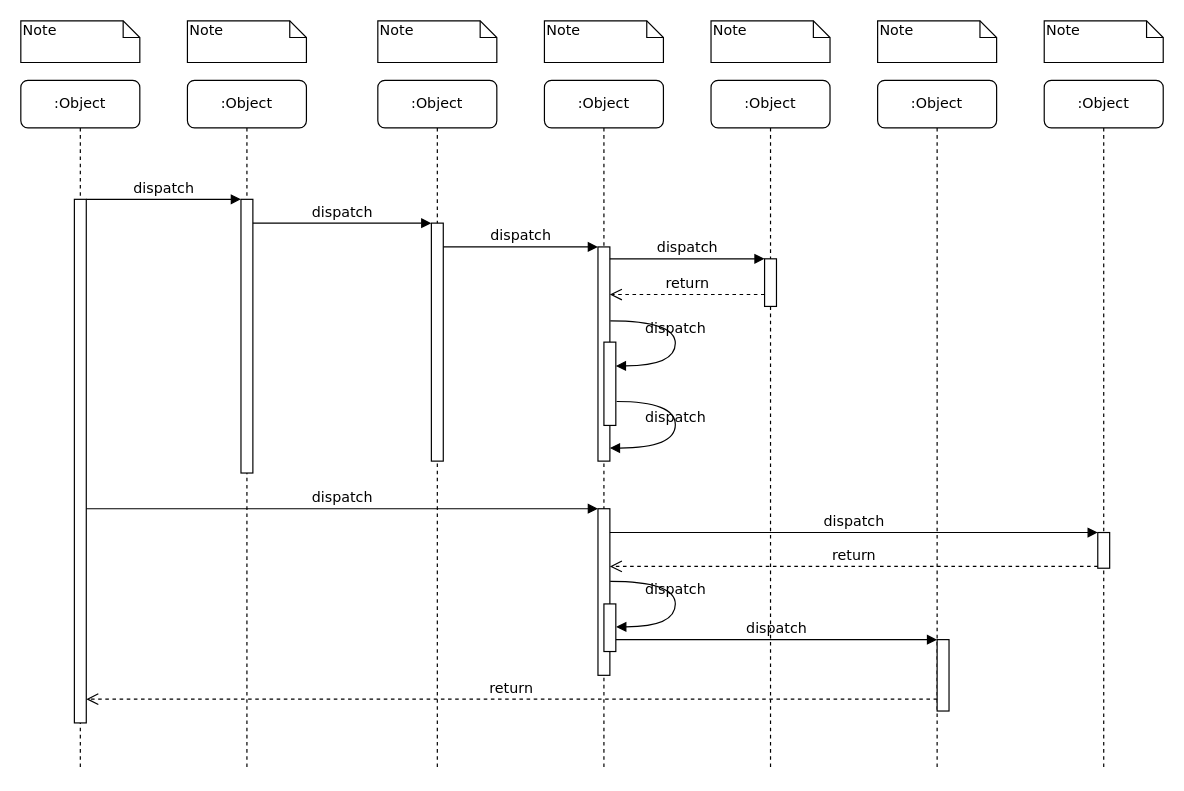
feihu618/drawio keeps this draw.io diagram as craft/Simple_flow_site.drawio. Above is the earlier version. Source tidied: cells renumbered, new cells numbered last; positions are measured from the earlier drawing's top-left corner, leaving out a move shared by most shapes. Both pictures are drawn from the tidied source at 119%, with x=0, y=0 at pixel (20, 20).
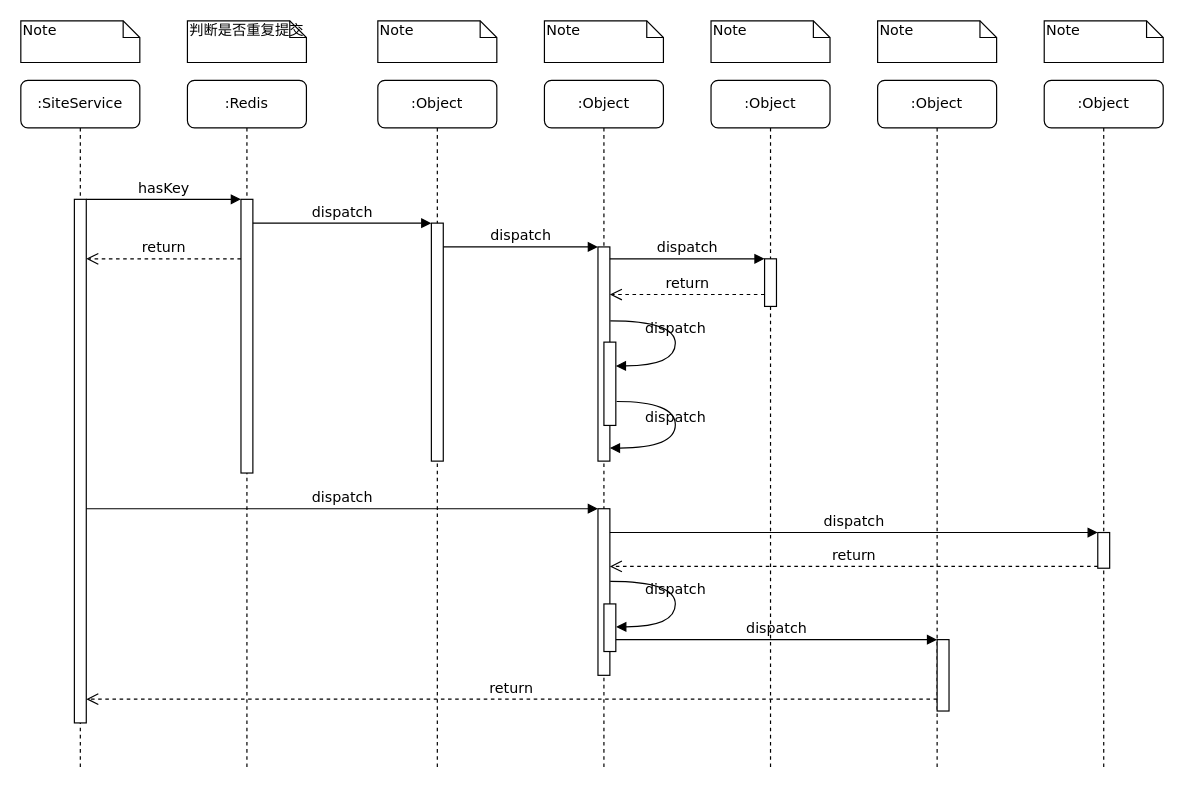
After the change.

The change refers to these unchanged cells:
```xml
<mxCell id="3" style="html=1;points=[];perimeter=orthogonalPerimeter;rounded=0;shadow=0;comic=0;labelBackgroundColor=none;strokeWidth=1;fontFamily=Verdana;fontSize=12;align=center;" parent="2" vertex="1">
  <mxGeometry x="45" y="100" width="10" height="230" as="geometry" />
</mxCell>
<mxCell id="11" style="html=1;points=[];perimeter=orthogonalPerimeter;rounded=0;shadow=0;comic=0;labelBackgroundColor=none;strokeWidth=1;fontFamily=Verdana;fontSize=12;align=center;" parent="10" vertex="1">
  <mxGeometry x="45" y="100" width="10" height="440" as="geometry" />
</mxCell>
```

Diff of the diagram source:
```diff
@@
-    <mxCell id="2" value=":Object" style="shape=umlLifeline;perimeter=lifelinePerimeter;whiteSpace=wrap;html=1;rounded=1;shadow=0;comic=0;labelBackgroundColor=none;strokeWidth=1;fontFamily=Verdana;fontSize=12;align=center;" parent="1" vertex="1">
+    <mxCell id="2" value=":Redis" style="shape=umlLifeline;perimeter=lifelinePerimeter;whiteSpace=wrap;html=1;rounded=1;shadow=0;comic=0;labelBackgroundColor=none;strokeWidth=1;fontFamily=Verdana;fontSize=12;align=center;" parent="1" vertex="1">
       <mxGeometry x="140" y="50" width="100" height="580" as="geometry" />
     </mxCell>
@@
+    <mxCell id="39" value="return" style="html=1;verticalAlign=bottom;endArrow=open;dashed=1;endSize=8;labelBackgroundColor=none;fontFamily=Verdana;fontSize=12;edgeStyle=elbowEdgeStyle;elbow=vertical;" parent="2" edge="1">
+      <mxGeometry relative="1" as="geometry">
+        <mxPoint x="45" y="150" as="sourcePoint" />
+        <mxPoint x="-85" y="150" as="targetPoint" />
+        <Array as="points">
+          <mxPoint x="-10" y="150" />
+          <mxPoint x="20" y="150" />
+        </Array>
+      </mxGeometry>
+    </mxCell>
@@
-    <mxCell id="10" value=":Object" style="shape=umlLifeline;perimeter=lifelinePerimeter;whiteSpace=wrap;html=1;rounded=1;shadow=0;comic=0;labelBackgroundColor=none;strokeWidth=1;fontFamily=Verdana;fontSize=12;align=center;" parent="1" vertex="1">
+    <mxCell id="10" value=":SiteService" style="shape=umlLifeline;perimeter=lifelinePerimeter;whiteSpace=wrap;html=1;rounded=1;shadow=0;comic=0;labelBackgroundColor=none;strokeWidth=1;fontFamily=Verdana;fontSize=12;align=center;" parent="1" vertex="1">
       <mxGeometry y="50" width="100" height="580" as="geometry" />
     </mxCell>
@@
-    <mxCell id="25" value="dispatch" style="html=1;verticalAlign=bottom;endArrow=block;entryX=0;entryY=0;labelBackgroundColor=none;fontFamily=Verdana;fontSize=12;edgeStyle=elbowEdgeStyle;elbow=vertical;" parent="1" edge="1" source="11" target="3">
+    <mxCell id="25" value="hasKey" style="html=1;verticalAlign=bottom;endArrow=block;entryX=0;entryY=0;labelBackgroundColor=none;fontFamily=Verdana;fontSize=12;edgeStyle=elbowEdgeStyle;elbow=vertical;" parent="1" edge="1" source="11" target="3">
       <mxGeometry relative="1" as="geometry" />
     </mxCell>
@@
-    <mxCell id="33" value="Note" style="shape=note;whiteSpace=wrap;html=1;size=14;verticalAlign=top;align=left;spacingTop=-6;rounded=0;shadow=0;comic=0;labelBackgroundColor=none;strokeWidth=1;fontFamily=Verdana;fontSize=12;" parent="1" vertex="1">
+    <mxCell id="33" value="判断是否重复提交" style="shape=note;whiteSpace=wrap;html=1;size=14;verticalAlign=top;align=left;spacingTop=-6;rounded=0;shadow=0;comic=0;labelBackgroundColor=none;strokeWidth=1;fontFamily=Verdana;fontSize=12;" parent="1" vertex="1">
       <mxGeometry x="140" width="100" height="35" as="geometry" />
     </mxCell>
```
